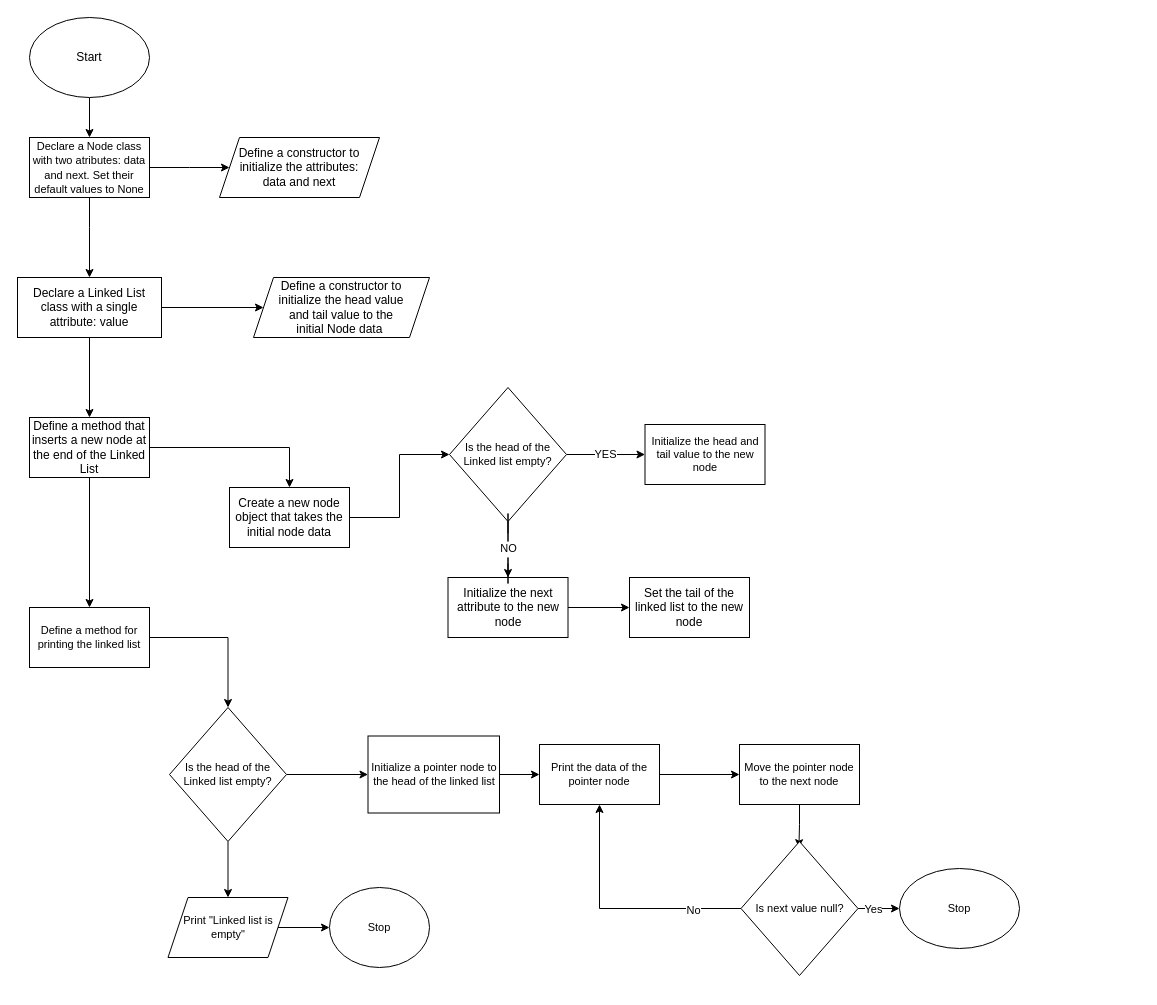
This is Untitled Diagram.drawio from JayTech-Designs/Algorithm-and-Data-Structure, a draw.io file, before an edit. Source tidied: cells renumbered, new cells numbered last; positions are measured from the earlier drawing's top-left corner, leaving out a move shared by most shapes. Both pictures are drawn from the tidied source at 100%, with x=0, y=0 at pixel (17, 17).
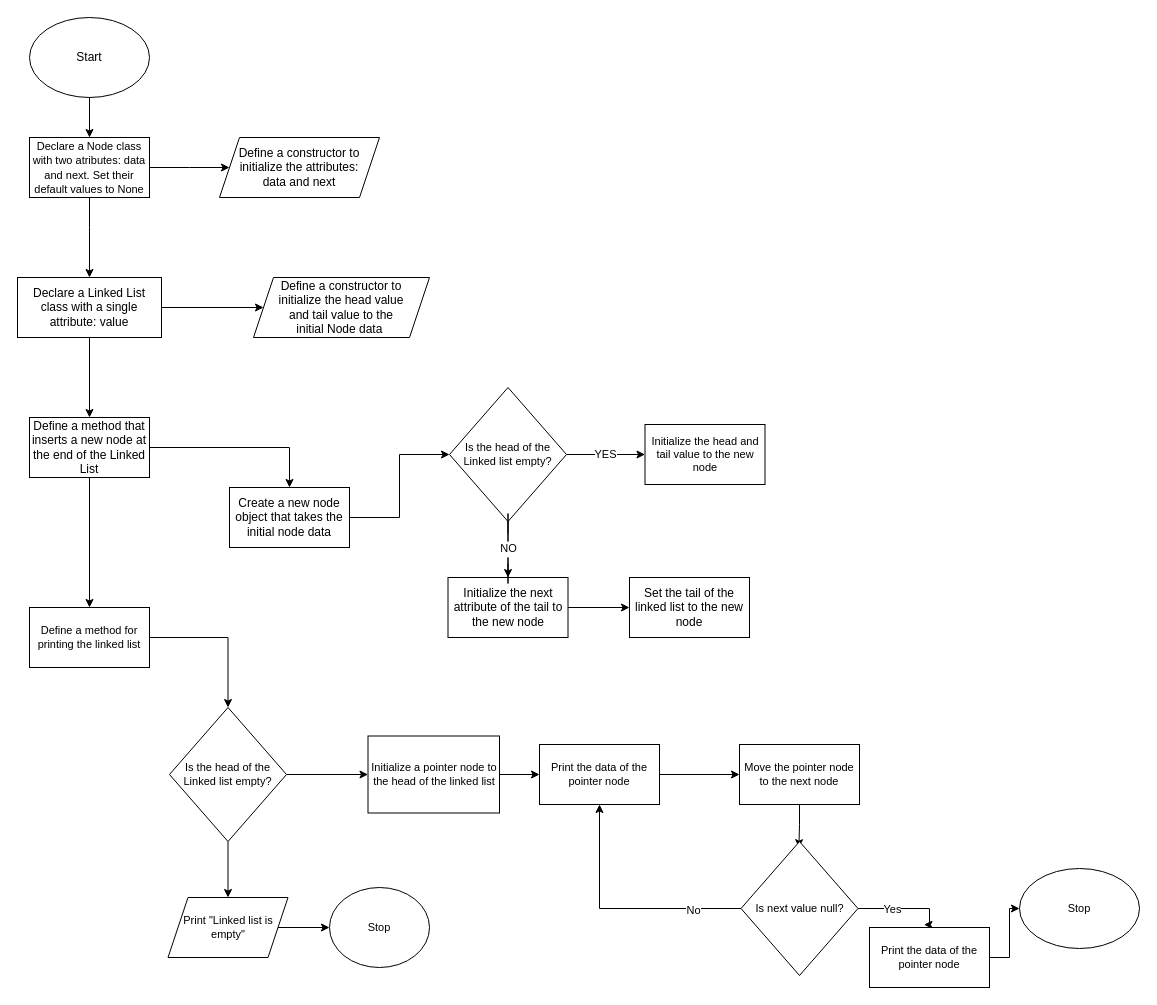
After the change.

Commit message:
Update Linked List Flowchart.drawio

Unchanged cells that the change refers to:
```xml
<mxCell id="43" value="Is next value null?" style="rhombus;whiteSpace=wrap;html=1;fontSize=11;" parent="1" vertex="1">
  <mxGeometry x="723.5" y="824" width="117" height="134" as="geometry" />
</mxCell>
```

The edit, as a diff of the source:
```diff
@@
-    <mxCell id="18" value="Initialize the next attribute to the new node" style="whiteSpace=wrap;html=1;" parent="1" vertex="1">
+    <mxCell id="18" value="Initialize the next attribute of the tail to the new node" style="whiteSpace=wrap;html=1;" parent="1" vertex="1">
       <mxGeometry x="430.5" y="560" width="120" height="60" as="geometry" />
     </mxCell>
@@
-    <mxCell id="39" style="edgeStyle=orthogonalEdgeStyle;rounded=0;jettySize=auto;html=1;exitX=1;exitY=0.5;exitDx=0;exitDy=0;fontSize=11;" parent="1" edge="1" source="43" target="44">
-      <mxGeometry relative="1" as="geometry" />
+    <mxCell id="39" style="edgeStyle=orthogonalEdgeStyle;rounded=0;jettySize=auto;html=1;exitX=1;exitY=0.5;exitDx=0;exitDy=0;fontSize=11;entryX=0.454;entryY=-0.047;entryDx=0;entryDy=0;entryPerimeter=0;" parent="1" edge="1" source="43" target="47">
+      <mxGeometry relative="1" as="geometry">
+        <Array as="points">
+          <mxPoint x="912" y="891" />
+          <mxPoint x="912" y="907" />
+        </Array>
+      </mxGeometry>
     </mxCell>
@@
     <mxCell id="44" value="Stop" style="ellipse;whiteSpace=wrap;html=1;fontSize=11;" parent="1" vertex="1">
-      <mxGeometry x="882" y="851" width="120" height="80" as="geometry" />
+      <mxGeometry x="1002" y="851" width="120" height="80" as="geometry" />
     </mxCell>
@@
+    <mxCell id="46" style="edgeStyle=orthogonalEdgeStyle;rounded=0;jettySize=auto;html=1;entryX=0;entryY=0.5;entryDx=0;entryDy=0;fontSize=11;" parent="1" edge="1" source="47" target="44">
+      <mxGeometry relative="1" as="geometry" />
+    </mxCell>
+    <mxCell id="47" value="Print the data of the pointer node" style="whiteSpace=wrap;html=1;fontSize=11;" parent="1" vertex="1">
+      <mxGeometry x="852" y="910" width="120" height="60" as="geometry" />
+    </mxCell>
```
